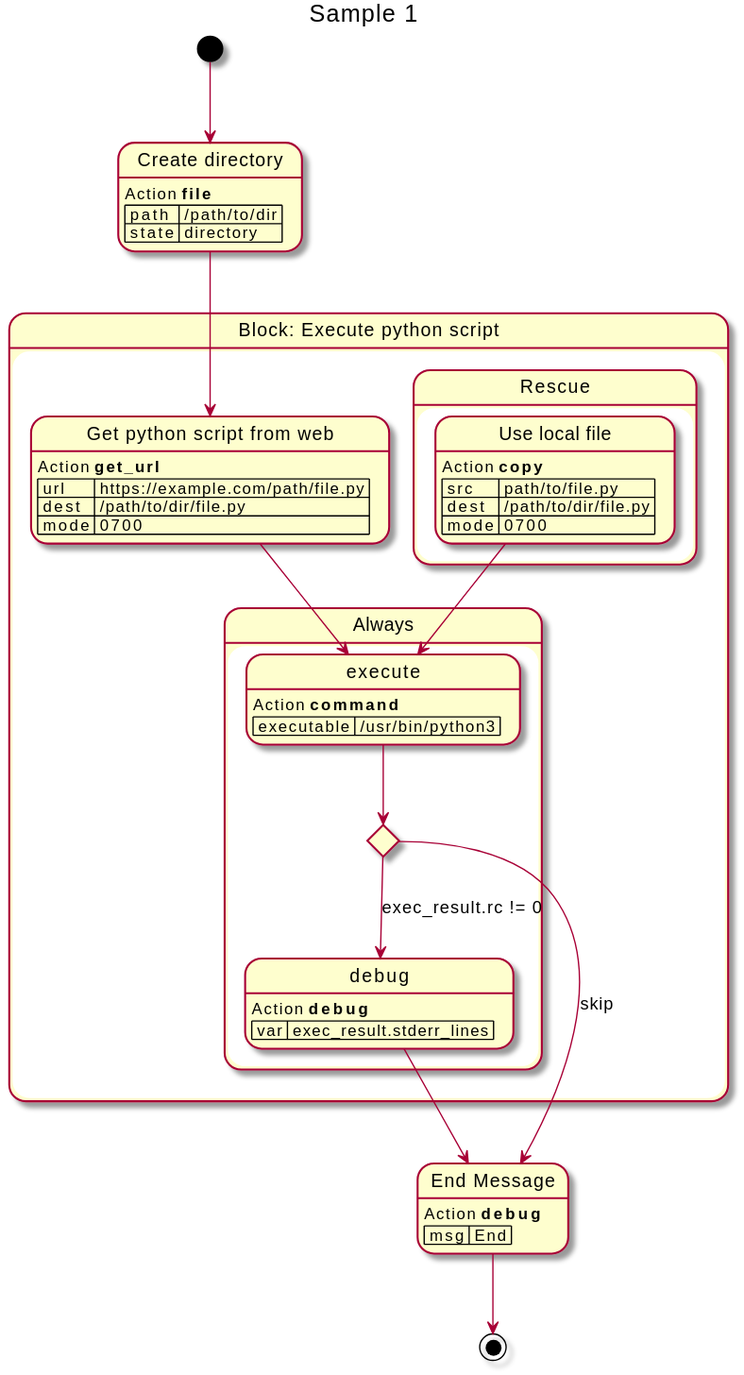
The PlantUML diagram docs/img/sample_1.svg in teramako/playbook2uml, before a commit. The source it was exported from:
```plantuml
@startuml
title Sample 1
state "Create directory" as task_1
task_1 : Action **file**
task_1 : | path | /path/to/dir |
task_1 : | state | directory |
state "Block: Execute python script" as block_2 {
    state "Get python script from web" as task_2
    task_2 : Action **get_url**
    task_2 : | url | https://example.com/path/file.py |
    task_2 : | dest | /path/to/dir/file.py |
    task_2 : | mode | 0700 |
    state "Always" as block_2_always {
        state "execute" as task_3
        task_3 : Action **command**
        task_3 : | executable | /usr/bin/python3 |
        state task_4_when <<choice>>
        state "debug" as task_4
        task_4 : Action **debug**
        task_4 : | var | exec_result.stderr_lines |
    }
    state "Rescue" as block_2_rescue {
        state "Use local file" as task_5
        task_5 : Action **copy**
        task_5 : | src | path/to/file.py |
        task_5 : | dest | /path/to/dir/file.py |
        task_5 : | mode | 0700 |
    }
}
state "End Message" as task_6
task_6 : Action **debug**
task_6 : | msg | End |
[*] --> task_1
task_1 --> task_2
task_2 --> task_3
task_3 --> task_4_when
task_4_when --> task_4 : exec_result.rc != 0
task_4 --> task_6
task_4_when --> task_6 : skip
task_5 --> task_3
task_6 --> [*]
@enduml
```
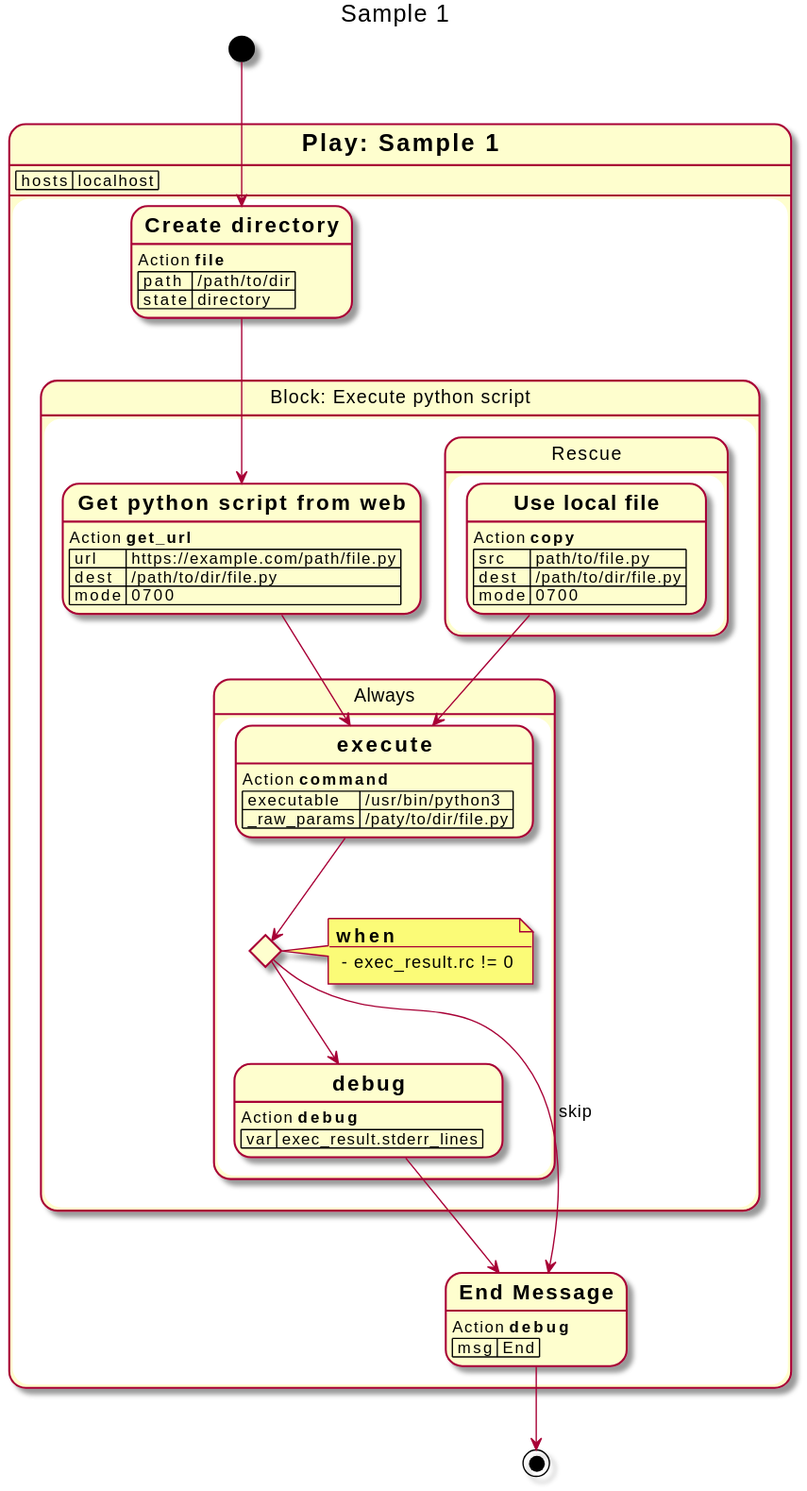
The same file after the commit.

Change to the diagram source:
```diff
@@ -1,40 +1,49 @@
 @startuml
 title Sample 1
-state "Create directory" as task_1
-task_1 : Action **file**
-task_1 : | path | /path/to/dir |
-task_1 : | state | directory |
-state "Block: Execute python script" as block_2 {
-    state "Get python script from web" as task_2
-    task_2 : Action **get_url**
-    task_2 : | url | https://example.com/path/file.py |
-    task_2 : | dest | /path/to/dir/file.py |
-    task_2 : | mode | 0700 |
-    state "Always" as block_2_always {
-        state "execute" as task_3
-        task_3 : Action **command**
-        task_3 : | executable | /usr/bin/python3 |
-        state task_4_when <<choice>>
-        state "debug" as task_4
-        task_4 : Action **debug**
-        task_4 : | var | exec_result.stderr_lines |
+state "= Play: Sample 1" as play_1 {
+    play_1 : | hosts | localhost |
+    state "== Create directory" as task_1
+    task_1 : Action **file**
+    task_1 : | path | /path/to/dir |
+    task_1 : | state | directory |
+    state "Block: Execute python script" as block_2 {
+        state "== Get python script from web" as task_2
+        task_2 : Action **get_url**
+        task_2 : | url | https://example.com/path/file.py |
+        task_2 : | dest | /path/to/dir/file.py |
+        task_2 : | mode | 0700 |
+        state "Always" as block_2_always {
+            state "== execute" as task_3
+            task_3 : Action **command**
+            task_3 : | executable | /usr/bin/python3 |
+            task_3 : | _raw_params | /paty/to/dir/file.py |
+            state task_4_when <<choice>>
+            note right of task_4_when
+                === when
+                ----
+                 - exec_result.rc != 0
+            end note
+            state "== debug" as task_4
+            task_4 : Action **debug**
+            task_4 : | var | exec_result.stderr_lines |
+        }
+        state "Rescue" as block_2_rescue {
+            state "== Use local file" as task_5
+            task_5 : Action **copy**
+            task_5 : | src | path/to/file.py |
+            task_5 : | dest | /path/to/dir/file.py |
+            task_5 : | mode | 0700 |
+        }
     }
-    state "Rescue" as block_2_rescue {
-        state "Use local file" as task_5
-        task_5 : Action **copy**
-        task_5 : | src | path/to/file.py |
-        task_5 : | dest | /path/to/dir/file.py |
-        task_5 : | mode | 0700 |
-    }
+    state "== End Message" as task_6
+    task_6 : Action **debug**
+    task_6 : | msg | End |
 }
-state "End Message" as task_6
-task_6 : Action **debug**
-task_6 : | msg | End |
 [*] --> task_1
 task_1 --> task_2
 task_2 --> task_3
 task_3 --> task_4_when
-task_4_when --> task_4 : exec_result.rc != 0
+task_4_when --> task_4
 task_4 --> task_6
 task_4_when --> task_6 : skip
 task_5 --> task_3
```
